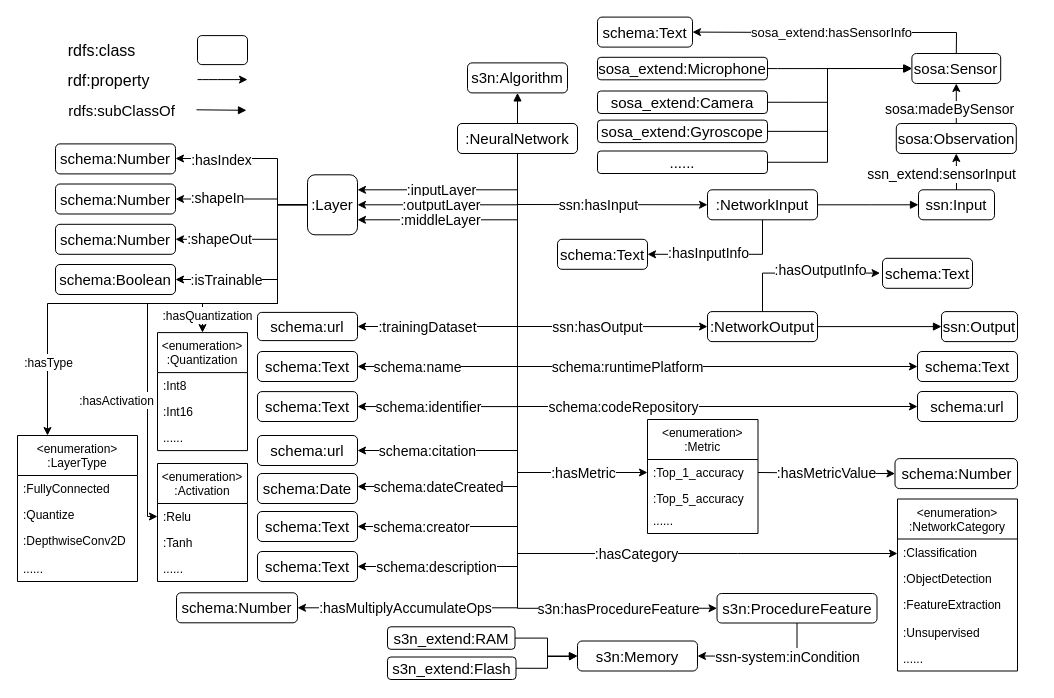
The draw.io diagram NN_tinyML.drawio in Haoyu-R/appendix, before the edit. Source tidied: cells renumbered, new cells numbered last; positions are measured from the earlier drawing's top-left corner, leaving out a move shared by most shapes. Both pictures are drawn from the tidied source at 100%, with x=0, y=0 at pixel (17, 17).
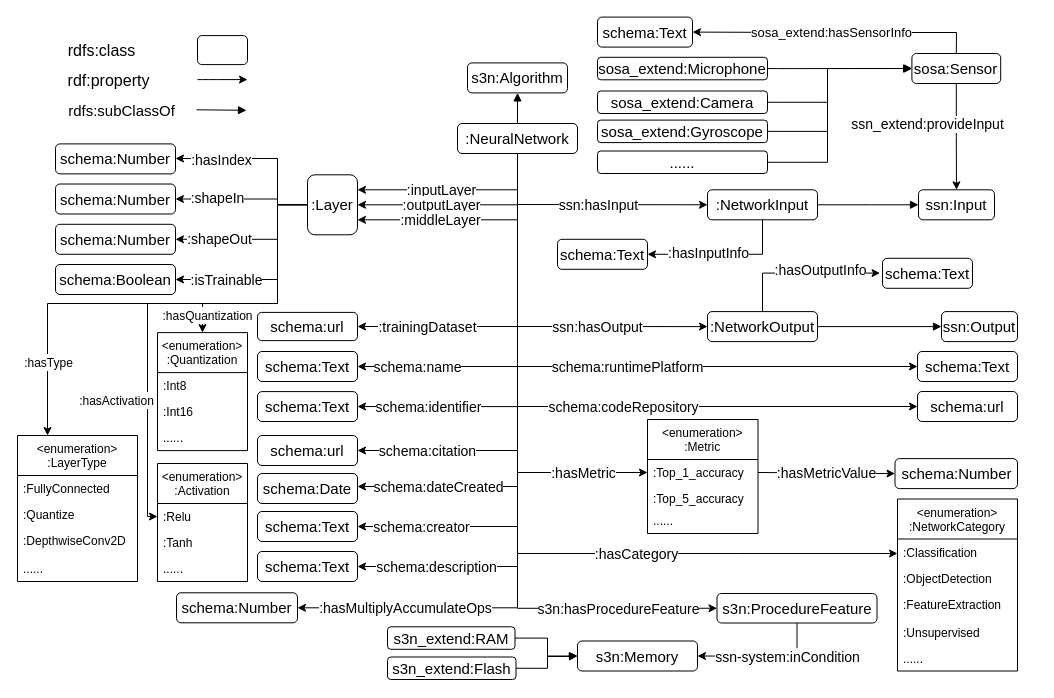
The same diagram, later.

Unchanged cells that the change refers to:
```xml
<mxCell id="30" value="ssn:Input" style="rounded=1;whiteSpace=wrap;html=1;fontSize=15;" parent="1" vertex="1">
  <mxGeometry x="901" y="172.3" width="76" height="30" as="geometry" />
</mxCell>
<mxCell id="110" value="sosa:Sensor" style="rounded=1;whiteSpace=wrap;html=1;fontSize=15;" parent="1" vertex="1">
  <mxGeometry x="894.4" y="36" width="88.8" height="30" as="geometry" />
</mxCell>
```

Change to the diagram source:
```diff
@@
-    <mxCell id="28" style="edgeStyle=orthogonalEdgeStyle;rounded=0;jettySize=auto;html=1;exitX=0.5;exitY=0;exitDx=0;exitDy=0;entryX=0.5;entryY=1;entryDx=0;entryDy=0;fontSize=13;" parent="1" edge="1" source="30" target="109">
-      <mxGeometry relative="1" as="geometry" />
-    </mxCell>
-    <mxCell id="29" value="&lt;font style=&quot;font-size: 14px&quot;&gt;ssn_extend:sensorInput&lt;/font&gt;" style="edgeLabel;html=1;align=center;verticalAlign=middle;fontSize=13;" parent="28" vertex="1">
-      <mxGeometry x="-0.19" y="1" relative="1" as="geometry">
-        <mxPoint x="-14" y="-1" as="offset" />
-      </mxGeometry>
-    </mxCell>
@@
-    <mxCell id="107" style="edgeStyle=orthogonalEdgeStyle;rounded=0;jettySize=auto;html=1;exitX=0.5;exitY=0;exitDx=0;exitDy=0;fontSize=12;entryX=0.5;entryY=1;entryDx=0;entryDy=0;" parent="1" edge="1" source="109" target="110">
-      <mxGeometry relative="1" as="geometry" />
-    </mxCell>
-    <mxCell id="108" value="&lt;font style=&quot;font-size: 14px&quot;&gt;sosa:madeBySensor&lt;/font&gt;" style="edgeLabel;html=1;align=center;verticalAlign=middle;fontSize=12;" parent="107" vertex="1">
-      <mxGeometry x="-0.28" y="1" relative="1" as="geometry">
-        <mxPoint x="-6" y="-1" as="offset" />
-      </mxGeometry>
-    </mxCell>
-    <mxCell id="109" value="sosa:Observation" style="rounded=1;whiteSpace=wrap;html=1;fontSize=15;" parent="1" vertex="1">
-      <mxGeometry x="878.8" y="106" width="120" height="30" as="geometry" />
-    </mxCell>
+    <mxCell id="123" style="edgeStyle=orthogonalEdgeStyle;rounded=0;jettySize=auto;html=1;exitX=0.5;exitY=1;exitDx=0;exitDy=0;entryX=0.5;entryY=0;entryDx=0;entryDy=0;fontSize=13;" parent="1" edge="1" source="110" target="30">
+      <mxGeometry relative="1" as="geometry" />
+    </mxCell>
+    <mxCell id="124" value="&lt;font style=&quot;font-size: 14px&quot;&gt;ssn_extend:provideInput&lt;/font&gt;" style="edgeLabel;html=1;align=center;verticalAlign=middle;fontSize=13;" parent="123" vertex="1">
+      <mxGeometry x="-0.28" y="-2" relative="1" as="geometry">
+        <mxPoint x="-27" y="2" as="offset" />
+      </mxGeometry>
+    </mxCell>
```
